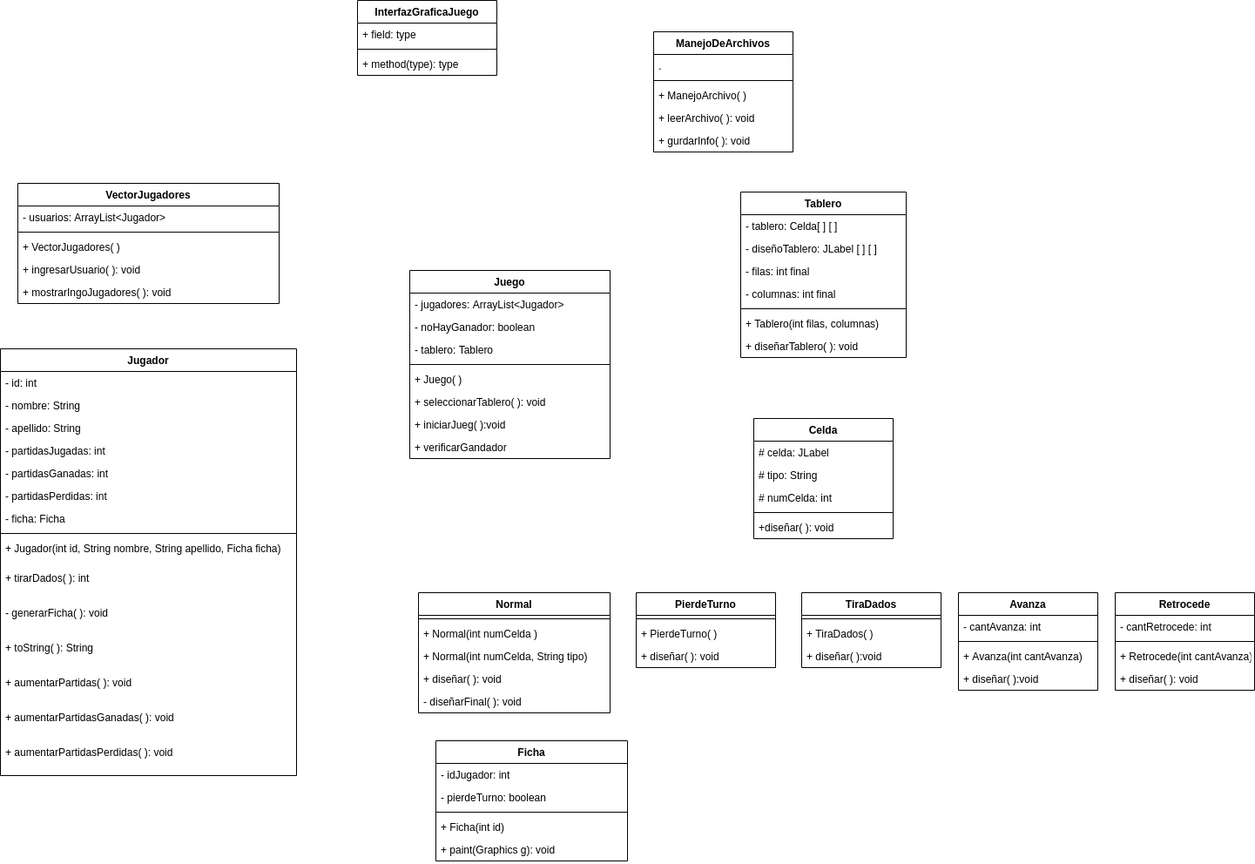
Earlier version of the draw.io export Proyecto Final.png (Pabloluis10/Escaleras-y-Serpientes). Source tidied: cells renumbered, new cells last; positions are measured from the earlier drawing's top-left corner, leaving out a move shared by most shapes.
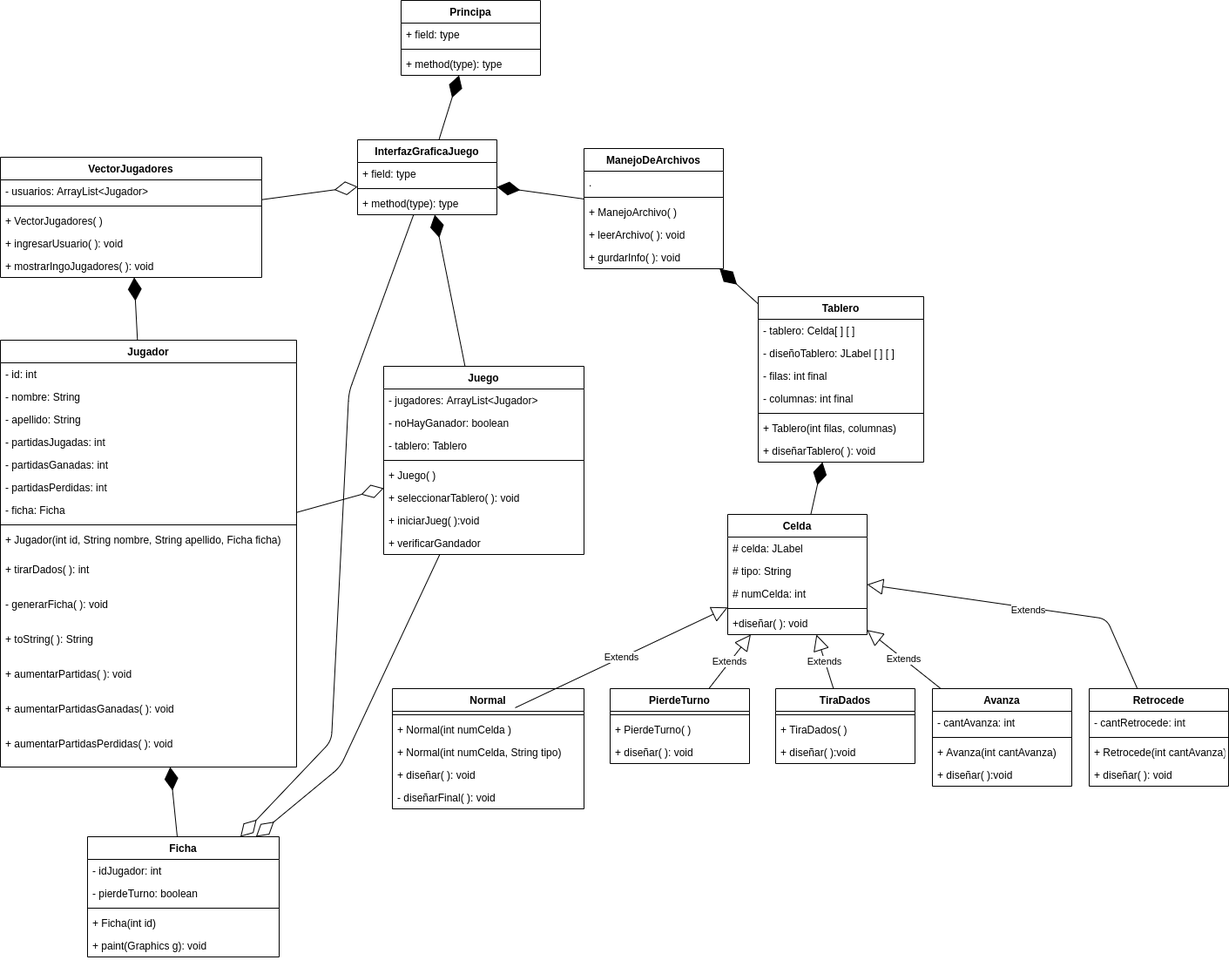
Above is the later version.

Commit message:
Agregue el pom.xml el diagrama uml lo termine de modificar

Change to the diagram source:
```diff
@@ -3,7 +3,7 @@
     <mxCell id="0" />
     <mxCell id="1" parent="0" />
     <mxCell id="2" value="Jugador" style="swimlane;fontStyle=1;align=center;verticalAlign=top;horizontal=1;startSize=26;" parent="1" vertex="1">
-      <mxGeometry y="400" width="340" height="490" as="geometry" />
+      <mxGeometry x="30" y="280" width="340" height="490" as="geometry" />
     </mxCell>
     <mxCell id="3" value="- id: int" style="text;strokeColor=none;fillColor=none;align=left;verticalAlign=top;spacingLeft=4;spacingRight=4;overflow=hidden;" parent="2" vertex="1">
       <mxGeometry y="26" width="340" height="26" as="geometry" />
@@ -51,7 +51,7 @@
       <mxGeometry y="450" width="340" height="40" as="geometry" />
     </mxCell>
     <mxCell id="18" value="Ficha" style="swimlane;fontStyle=1;align=center;verticalAlign=top;horizontal=1;startSize=26;" parent="1" vertex="1">
-      <mxGeometry x="500" y="850" width="220" height="138" as="geometry" />
+      <mxGeometry x="130" y="850" width="220" height="138" as="geometry" />
     </mxCell>
     <mxCell id="19" value="- idJugador: int" style="text;strokeColor=none;fillColor=none;align=left;verticalAlign=top;spacingLeft=4;spacingRight=4;overflow=hidden;" parent="18" vertex="1">
       <mxGeometry y="26" width="220" height="26" as="geometry" />
@@ -69,7 +69,7 @@
       <mxGeometry y="112" width="220" height="26" as="geometry" />
     </mxCell>
     <mxCell id="24" value="Tablero" style="swimlane;fontStyle=1;align=center;verticalAlign=top;horizontal=1;startSize=26;" parent="1" vertex="1">
-      <mxGeometry x="850" y="220" width="190" height="190" as="geometry" />
+      <mxGeometry x="900" y="230" width="190" height="190" as="geometry" />
     </mxCell>
     <mxCell id="25" value="- tablero: Celda[ ] [ ]" style="text;strokeColor=none;fillColor=none;align=left;verticalAlign=top;spacingLeft=4;spacingRight=4;overflow=hidden;" parent="24" vertex="1">
       <mxGeometry y="26" width="190" height="26" as="geometry" />
@@ -93,7 +93,7 @@
       <mxGeometry y="164" width="190" height="26" as="geometry" />
     </mxCell>
     <mxCell id="32" value="VectorJugadores" style="swimlane;fontStyle=1;align=center;verticalAlign=top;horizontal=1;startSize=26;" parent="1" vertex="1">
-      <mxGeometry x="20" y="210" width="300" height="138" as="geometry" />
+      <mxGeometry x="30" y="70" width="300" height="138" as="geometry" />
     </mxCell>
     <mxCell id="33" value="- usuarios: ArrayList&lt;Jugador&gt;" style="text;strokeColor=none;fillColor=none;align=left;verticalAlign=top;spacingLeft=4;spacingRight=4;overflow=hidden;" parent="32" vertex="1">
       <mxGeometry y="26" width="300" height="26" as="geometry" />
@@ -138,7 +138,7 @@
       <mxGeometry y="190" width="230" height="26" as="geometry" />
     </mxCell>
     <mxCell id="47" value="InterfazGraficaJuego" style="swimlane;fontStyle=1;align=center;verticalAlign=top;horizontal=1;startSize=26;" parent="1" vertex="1">
-      <mxGeometry x="410" width="160" height="86" as="geometry" />
+      <mxGeometry x="440" y="50" width="160" height="86" as="geometry" />
     </mxCell>
     <mxCell id="48" value="+ field: type" style="text;strokeColor=none;fillColor=none;align=left;verticalAlign=top;spacingLeft=4;spacingRight=4;overflow=hidden;" parent="47" vertex="1">
       <mxGeometry y="26" width="160" height="26" as="geometry" />
@@ -150,7 +150,7 @@
       <mxGeometry y="60" width="160" height="26" as="geometry" />
     </mxCell>
     <mxCell id="51" value="ManejoDeArchivos" style="swimlane;fontStyle=1;align=center;verticalAlign=top;horizontal=1;startSize=26;" parent="1" vertex="1">
-      <mxGeometry x="750" y="36" width="160" height="138" as="geometry" />
+      <mxGeometry x="700" y="60" width="160" height="138" as="geometry" />
     </mxCell>
     <mxCell id="52" value="." style="text;strokeColor=none;fillColor=none;align=left;verticalAlign=top;spacingLeft=4;spacingRight=4;overflow=hidden;" parent="51" vertex="1">
       <mxGeometry y="26" width="160" height="26" as="geometry" />
@@ -257,5 +257,78 @@
     <mxCell id="86" value="+diseñar( ): void" style="text;strokeColor=none;fillColor=none;align=left;verticalAlign=top;spacingLeft=4;spacingRight=4;overflow=hidden;" parent="81" vertex="1">
       <mxGeometry y="112" width="160" height="26" as="geometry" />
     </mxCell>
+    <mxCell id="87" value="Principa" style="swimlane;fontStyle=1;align=center;verticalAlign=top;horizontal=1;startSize=26;" parent="1" vertex="1">
+      <mxGeometry x="490" y="-110" width="160" height="86" as="geometry" />
+    </mxCell>
+    <mxCell id="88" value="+ field: type" style="text;strokeColor=none;fillColor=none;align=left;verticalAlign=top;spacingLeft=4;spacingRight=4;overflow=hidden;" parent="87" vertex="1">
+      <mxGeometry y="26" width="160" height="26" as="geometry" />
+    </mxCell>
+    <mxCell id="89" style="line;strokeWidth=1;fillColor=none;align=left;verticalAlign=middle;spacingTop=-1;spacingLeft=3;spacingRight=3;labelPosition=right;" parent="87" vertex="1">
+      <mxGeometry y="52" width="160" height="8" as="geometry" />
+    </mxCell>
+    <mxCell id="90" value="+ method(type): type" style="text;strokeColor=none;fillColor=none;align=left;verticalAlign=top;spacingLeft=4;spacingRight=4;overflow=hidden;" parent="87" vertex="1">
+      <mxGeometry y="60" width="160" height="26" as="geometry" />
+    </mxCell>
+    <mxCell id="91" style="endArrow=diamondThin;endFill=1;endSize=24;html=1;" parent="1" edge="1" source="47" target="87">
+      <mxGeometry relative="1" as="geometry" />
+    </mxCell>
+    <mxCell id="92" style="endArrow=diamondThin;endFill=1;endSize=24;html=1;" parent="1" edge="1" source="51" target="47">
+      <mxGeometry relative="1" as="geometry" />
+    </mxCell>
+    <mxCell id="93" style="endArrow=diamondThin;endFill=1;endSize=24;html=1;" parent="1" edge="1" source="38" target="47">
+      <mxGeometry relative="1" as="geometry" />
+    </mxCell>
+    <mxCell id="94" style="endArrow=diamondThin;endFill=1;endSize=24;html=1;" parent="1" edge="1" source="24" target="51">
+      <mxGeometry relative="1" as="geometry" />
+    </mxCell>
+    <mxCell id="95" style="endArrow=diamondThin;endFill=1;endSize=24;html=1;" parent="1" edge="1" source="81" target="24">
+      <mxGeometry relative="1" as="geometry" />
+    </mxCell>
+    <mxCell id="96" value="Extends" style="endArrow=block;endSize=16;endFill=0;html=1;exitX=0.641;exitY=0.159;exitDx=0;exitDy=0;exitPerimeter=0;" parent="1" edge="1" source="57" target="81">
+      <mxGeometry relative="1" as="geometry" />
+    </mxCell>
+    <mxCell id="97" value="Extends" style="endArrow=block;endSize=16;endFill=0;html=1;" parent="1" edge="1" source="63" target="81">
+      <mxGeometry relative="1" as="geometry" />
+    </mxCell>
+    <mxCell id="98" value="Extends" style="endArrow=block;endSize=16;endFill=0;html=1;" parent="1" edge="1" source="67" target="81">
+      <mxGeometry relative="1" as="geometry" />
+    </mxCell>
+    <mxCell id="99" value="Extends" style="endArrow=block;endSize=16;endFill=0;html=1;" parent="1" edge="1" source="71" target="81">
+      <mxGeometry relative="1" as="geometry" />
+    </mxCell>
+    <mxCell id="100" value="Extends" style="endArrow=block;endSize=16;endFill=0;html=1;" parent="1" edge="1" source="76" target="81">
+      <mxGeometry x="-0.03" y="3" relative="1" as="geometry">
+        <Array as="points">
+          <mxPoint x="1300" y="600" />
+        </Array>
+      </mxGeometry>
+    </mxCell>
+    <mxCell id="101" style="endArrow=diamondThin;endFill=1;endSize=24;html=1;" parent="1" edge="1" source="2" target="32">
+      <mxGeometry relative="1" as="geometry" />
+    </mxCell>
+    <mxCell id="102" style="endArrow=diamondThin;endFill=0;endSize=24;html=1;" parent="1" edge="1" source="32" target="47">
+      <mxGeometry relative="1" as="geometry" />
+    </mxCell>
+    <mxCell id="103" style="endArrow=diamondThin;endFill=0;endSize=24;html=1;" parent="1" edge="1" source="2" target="38">
+      <mxGeometry relative="1" as="geometry" />
+    </mxCell>
+    <mxCell id="104" style="endArrow=diamondThin;endFill=1;endSize=24;html=1;" parent="1" edge="1" source="18" target="2">
+      <mxGeometry relative="1" as="geometry" />
+    </mxCell>
+    <mxCell id="105" style="endArrow=diamondThin;endFill=0;endSize=24;html=1;" parent="1" edge="1" source="38" target="18">
+      <mxGeometry relative="1" as="geometry">
+        <Array as="points">
+          <mxPoint x="420" y="770" />
+        </Array>
+      </mxGeometry>
+    </mxCell>
+    <mxCell id="106" style="endArrow=diamondThin;endFill=0;endSize=24;html=1;" parent="1" edge="1" source="47" target="18">
+      <mxGeometry relative="1" as="geometry">
+        <Array as="points">
+          <mxPoint x="430" y="340" />
+          <mxPoint x="410" y="740" />
+        </Array>
+      </mxGeometry>
+    </mxCell>
   </root>
 </mxGraphModel>
```
